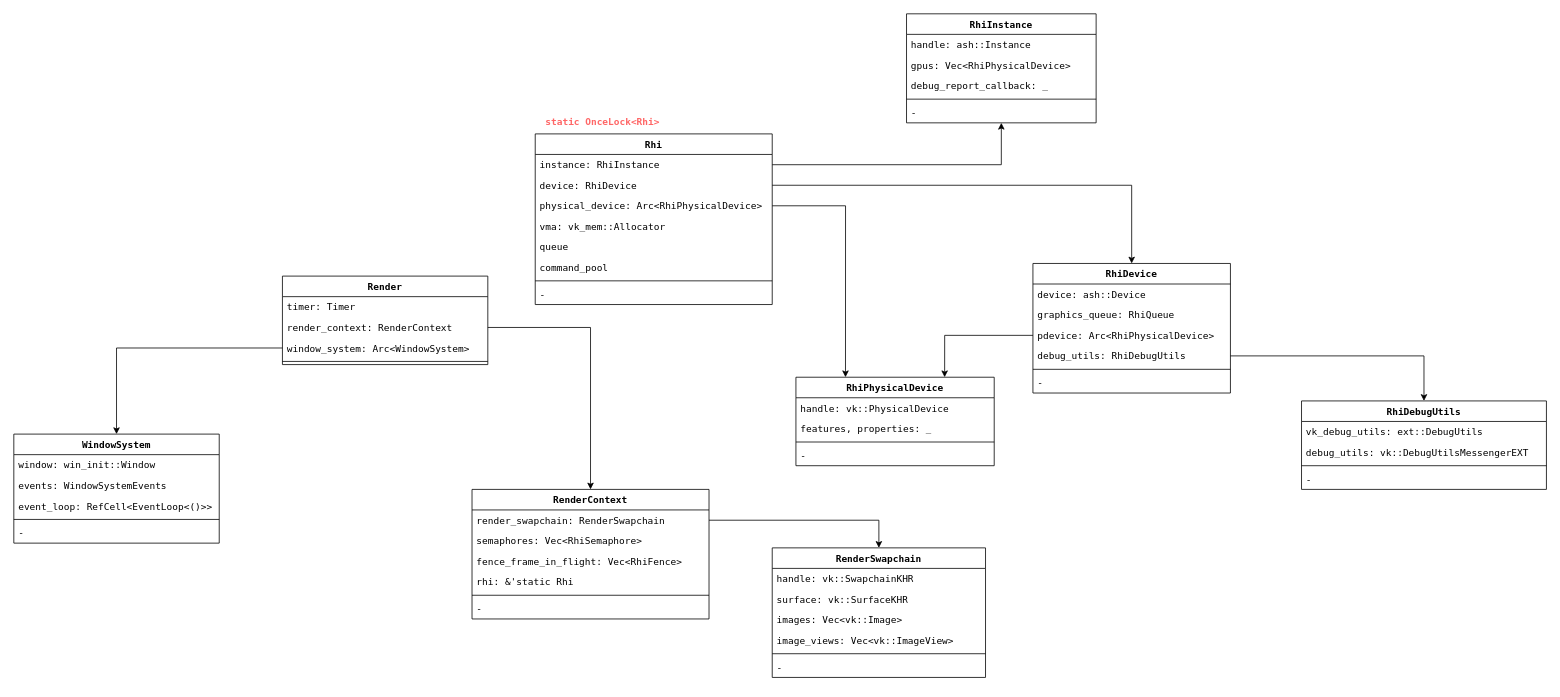
This is doc/class-diagram.drawio from acccoco/Render-Rust-vk-Truvis, a draw.io file, before an edit. Source tidied: cells renumbered, new cells numbered last; positions are measured from the earlier drawing's top-left corner, leaving out a move shared by most shapes. Both pictures are drawn from the tidied source at 79%, with x=0, y=0 at pixel (13, 13).
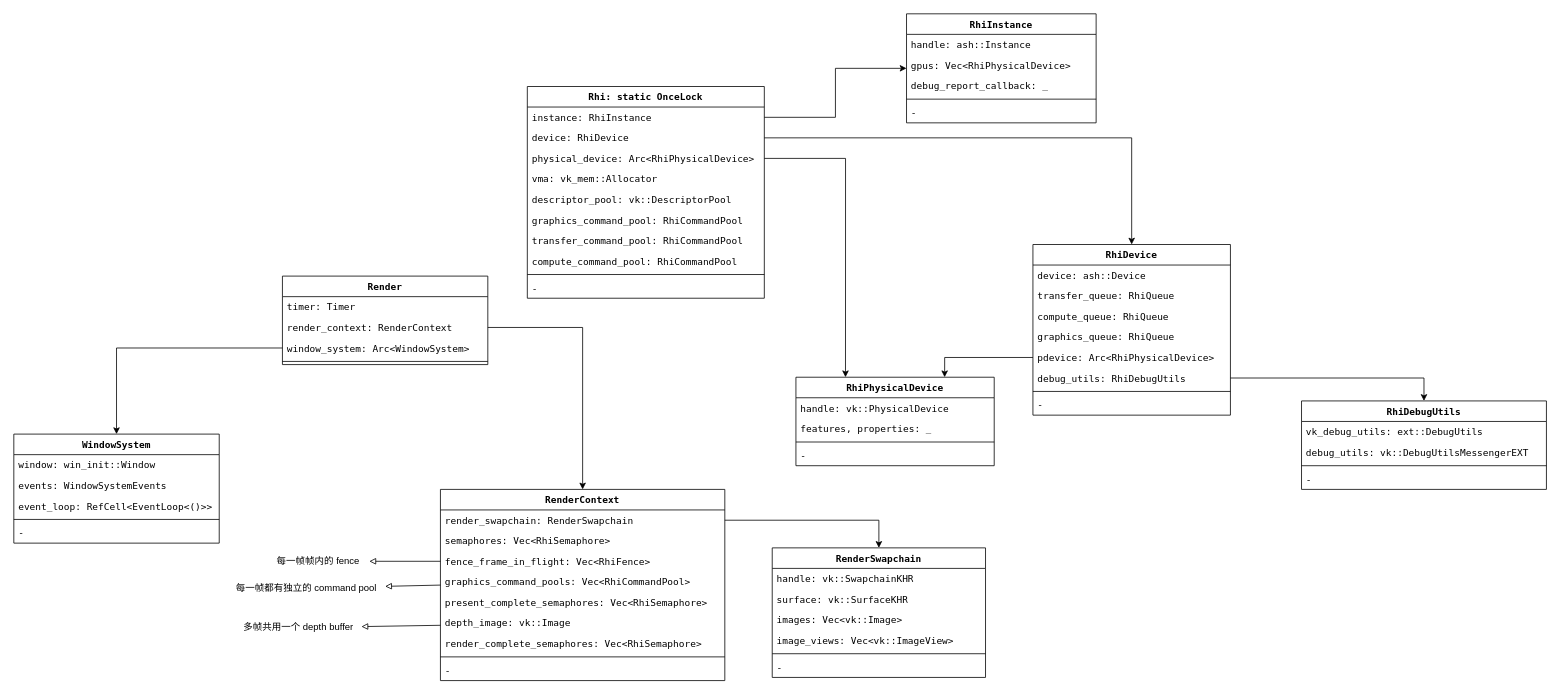
The same page after the edit.

Commit message (it also covers changes not shown here):
refactor 重构 swapchain 以及 render_context 的初始化流程，去掉字段中的 Option，减少理解负担

The edit, as a diff of the source:
```diff
@@
-    <mxCell id="2" value="Rhi" style="swimlane;fontStyle=1;align=center;verticalAlign=top;horizontal=1;startSize=26;fontFamily=Lucida Console;" parent="1" vertex="1">
-      <mxGeometry x="660" y="152" width="300" height="216" as="geometry" />
+    <mxCell id="2" value="Rhi: static OnceLock" style="swimlane;fontStyle=1;align=center;verticalAlign=top;horizontal=1;startSize=26;fontFamily=Lucida Console;" parent="1" vertex="1">
+      <mxGeometry x="650" y="92" width="300" height="268" as="geometry" />
     </mxCell>
@@
-    <mxCell id="7" value="queue" style="text;align=left;verticalAlign=top;spacingLeft=4;spacingRight=4;overflow=hidden;fontFamily=Lucida Console;" parent="2" vertex="1">
-      <mxGeometry y="130" width="300" height="26" as="geometry" />
-    </mxCell>
-    <mxCell id="8" value="command_pool" style="text;align=left;verticalAlign=top;spacingLeft=4;spacingRight=4;overflow=hidden;fontFamily=Lucida Console;" parent="2" vertex="1">
-      <mxGeometry y="156" width="300" height="26" as="geometry" />
+    <mxCell id="8" value="descriptor_pool: vk::DescriptorPool" style="text;align=left;verticalAlign=top;spacingLeft=4;spacingRight=4;overflow=hidden;fontFamily=Lucida Console;" parent="2" vertex="1">
+      <mxGeometry y="130" width="300" height="26" as="geometry" />
     </mxCell>
+    <mxCell id="68" value="graphics_command_pool: RhiCommandPool" style="text;align=left;verticalAlign=top;spacingLeft=4;spacingRight=4;overflow=hidden;fontFamily=Lucida Console;" parent="2" vertex="1">
+      <mxGeometry y="156" width="300" height="26" as="geometry" />
+    </mxCell>
+    <mxCell id="69" value="transfer_command_pool: RhiCommandPool" style="text;align=left;verticalAlign=top;spacingLeft=4;spacingRight=4;overflow=hidden;fontFamily=Lucida Console;" parent="2" vertex="1">
+      <mxGeometry y="182" width="300" height="26" as="geometry" />
+    </mxCell>
+    <mxCell id="70" value="compute_command_pool: RhiCommandPool" style="text;align=left;verticalAlign=top;spacingLeft=4;spacingRight=4;overflow=hidden;fontFamily=Lucida Console;" parent="2" vertex="1">
+      <mxGeometry y="208" width="300" height="26" as="geometry" />
+    </mxCell>
     <mxCell id="9" style="line;strokeWidth=1;align=left;verticalAlign=middle;spacingTop=-1;spacingLeft=3;spacingRight=3;labelPosition=right;fontFamily=Lucida Console;" parent="2" vertex="1">
-      <mxGeometry y="182" width="300" height="8" as="geometry" />
+      <mxGeometry y="234" width="300" height="8" as="geometry" />
     </mxCell>
     <mxCell id="10" value="-" style="text;align=left;verticalAlign=top;spacingLeft=4;spacingRight=4;overflow=hidden;fontFamily=Lucida Console;" parent="2" vertex="1">
-      <mxGeometry y="190" width="300" height="26" as="geometry" />
+      <mxGeometry y="242" width="300" height="26" as="geometry" />
     </mxCell>
     <mxCell id="11" value="RenderContext" style="swimlane;fontStyle=1;align=center;verticalAlign=top;horizontal=1;startSize=26;fontFamily=Lucida Console;" parent="1" vertex="1">
-      <mxGeometry x="580" y="602" width="300" height="164" as="geometry" />
+      <mxGeometry x="540" y="602" width="360" height="242" as="geometry" />
     </mxCell>
     <mxCell id="12" value="render_swapchain: RenderSwapchain" style="text;align=left;verticalAlign=top;spacingLeft=4;spacingRight=4;overflow=hidden;points=[[0,0.5],[1,0.5]];portConstraint=eastwest;fontFamily=Lucida Console;" parent="11" vertex="1">
-      <mxGeometry y="26" width="300" height="26" as="geometry" />
+      <mxGeometry y="26" width="360" height="26" as="geometry" />
     </mxCell>
     <mxCell id="13" value="semaphores: Vec&lt;RhiSemaphore&gt;" style="text;align=left;verticalAlign=top;spacingLeft=4;spacingRight=4;overflow=hidden;fontFamily=Lucida Console;" parent="11" vertex="1">
-      <mxGeometry y="52" width="300" height="26" as="geometry" />
+      <mxGeometry y="52" width="360" height="26" as="geometry" />
     </mxCell>
     <mxCell id="14" value="fence_frame_in_flight: Vec&lt;RhiFence&gt;" style="text;align=left;verticalAlign=top;spacingLeft=4;spacingRight=4;overflow=hidden;points=[[0,0.5],[1,0.5]];portConstraint=eastwest;fontFamily=Lucida Console;" parent="11" vertex="1">
-      <mxGeometry y="78" width="300" height="26" as="geometry" />
+      <mxGeometry y="78" width="360" height="26" as="geometry" />
     </mxCell>
-    <mxCell id="15" value="rhi: &amp;'static Rhi" style="text;align=left;verticalAlign=top;spacingLeft=4;spacingRight=4;overflow=hidden;points=[[0,0.5],[1,0.5]];portConstraint=eastwest;fontFamily=Lucida Console;" parent="11" vertex="1">
-      <mxGeometry y="104" width="300" height="26" as="geometry" />
+    <mxCell id="15" value="graphics_command_pools: Vec&lt;RhiCommandPool&gt;" style="text;align=left;verticalAlign=top;spacingLeft=4;spacingRight=4;overflow=hidden;points=[[0,0.5],[1,0.5]];portConstraint=eastwest;fontFamily=Lucida Console;" parent="11" vertex="1">
+      <mxGeometry y="104" width="360" height="26" as="geometry" />
     </mxCell>
+    <mxCell id="71" value="present_complete_semaphores: Vec&lt;RhiSemaphore&gt;" style="text;align=left;verticalAlign=top;spacingLeft=4;spacingRight=4;overflow=hidden;fontFamily=Lucida Console;" parent="11" vertex="1">
+      <mxGeometry y="130" width="360" height="26" as="geometry" />
+    </mxCell>
+    <mxCell id="72" value="depth_image: vk::Image" style="text;align=left;verticalAlign=top;spacingLeft=4;spacingRight=4;overflow=hidden;points=[[0,0.5],[1,0.5]];portConstraint=eastwest;fontFamily=Lucida Console;" parent="11" vertex="1">
+      <mxGeometry y="156" width="360" height="26" as="geometry" />
+    </mxCell>
+    <mxCell id="73" value="render_complete_semaphores: Vec&lt;RhiSemaphore&gt;" style="text;align=left;verticalAlign=top;spacingLeft=4;spacingRight=4;overflow=hidden;fontFamily=Lucida Console;" parent="11" vertex="1">
+      <mxGeometry y="182" width="360" height="26" as="geometry" />
+    </mxCell>
     <mxCell id="16" style="line;strokeWidth=1;align=left;verticalAlign=middle;spacingTop=-1;spacingLeft=3;spacingRight=3;labelPosition=right;fontFamily=Lucida Console;" parent="11" vertex="1">
-      <mxGeometry y="130" width="300" height="8" as="geometry" />
+      <mxGeometry y="208" width="360" height="8" as="geometry" />
     </mxCell>
     <mxCell id="17" value="-" style="text;align=left;verticalAlign=top;spacingLeft=4;spacingRight=4;overflow=hidden;fontFamily=Lucida Console;" parent="11" vertex="1">
-      <mxGeometry y="138" width="300" height="26" as="geometry" />
+      <mxGeometry y="216" width="360" height="26" as="geometry" />
     </mxCell>
@@
     <mxCell id="38" value="RhiDevice" style="swimlane;fontStyle=1;align=center;verticalAlign=top;horizontal=1;startSize=26;whiteSpace=wrap;html=1;fontFamily=Lucida Console;" parent="1" vertex="1">
-      <mxGeometry x="1290" y="316" width="250" height="164" as="geometry" />
+      <mxGeometry x="1290" y="292" width="250" height="216" as="geometry" />
     </mxCell>
@@
+    <mxCell id="74" value="transfer_queue: RhiQueue" style="text;strokeColor=none;fillColor=none;align=left;verticalAlign=top;spacingLeft=4;spacingRight=4;overflow=hidden;whiteSpace=wrap;html=1;fontFamily=Lucida Console;" parent="38" vertex="1">
+      <mxGeometry y="52" width="250" height="26" as="geometry" />
+    </mxCell>
+    <mxCell id="75" value="compute_queue: RhiQueue" style="text;strokeColor=none;fillColor=none;align=left;verticalAlign=top;spacingLeft=4;spacingRight=4;overflow=hidden;whiteSpace=wrap;html=1;fontFamily=Lucida Console;" parent="38" vertex="1">
+      <mxGeometry y="78" width="250" height="26" as="geometry" />
+    </mxCell>
     <mxCell id="40" value="graphics_queue: RhiQueue" style="text;strokeColor=none;fillColor=none;align=left;verticalAlign=top;spacingLeft=4;spacingRight=4;overflow=hidden;whiteSpace=wrap;html=1;fontFamily=Lucida Console;" parent="38" vertex="1">
-      <mxGeometry y="52" width="250" height="26" as="geometry" />
+      <mxGeometry y="104" width="250" height="26" as="geometry" />
     </mxCell>
     <mxCell id="41" value="pdevice: Arc&amp;lt;RhiPhysicalDevice&amp;gt;" style="text;strokeColor=none;fillColor=none;align=left;verticalAlign=top;spacingLeft=4;spacingRight=4;overflow=hidden;points=[[0,0.5],[1,0.5]];portConstraint=eastwest;whiteSpace=wrap;html=1;fontFamily=Lucida Console;" parent="38" vertex="1">
-      <mxGeometry y="78" width="250" height="26" as="geometry" />
+      <mxGeometry y="130" width="250" height="26" as="geometry" />
     </mxCell>
     <mxCell id="42" value="debug_utils: RhiDebugUtils" style="text;strokeColor=none;fillColor=none;align=left;verticalAlign=top;spacingLeft=4;spacingRight=4;overflow=hidden;points=[[0,0.5],[1,0.5]];portConstraint=eastwest;whiteSpace=wrap;html=1;fontFamily=Lucida Console;" parent="38" vertex="1">
-      <mxGeometry y="104" width="250" height="26" as="geometry" />
+      <mxGeometry y="156" width="250" height="26" as="geometry" />
     </mxCell>
     <mxCell id="43" style="line;strokeWidth=1;fillColor=none;align=left;verticalAlign=middle;spacingTop=-1;spacingLeft=3;spacingRight=3;labelPosition=right;strokeColor=inherit;fontFamily=Lucida Console;" parent="38" vertex="1">
-      <mxGeometry y="130" width="250" height="8" as="geometry" />
+      <mxGeometry y="182" width="250" height="8" as="geometry" />
     </mxCell>
     <mxCell id="44" value="-" style="text;strokeColor=none;fillColor=none;align=left;verticalAlign=top;spacingLeft=4;spacingRight=4;overflow=hidden;whiteSpace=wrap;html=1;fontFamily=Lucida Console;" parent="38" vertex="1">
-      <mxGeometry y="138" width="250" height="26" as="geometry" />
+      <mxGeometry y="190" width="250" height="26" as="geometry" />
     </mxCell>
@@
-    <mxCell id="53" value="&lt;font color=&quot;#ff6666&quot;&gt;&lt;b&gt;static OnceLock&amp;lt;Rhi&amp;gt;&lt;/b&gt;&lt;/font&gt;" style="text;html=1;align=center;verticalAlign=middle;strokeColor=none;fillColor=none;fontFamily=Lucida Console;" parent="1" vertex="1">
-      <mxGeometry x="660" y="122" width="170" height="30" as="geometry" />
-    </mxCell>
@@
+    <mxCell id="76" value="每一帧都有独立的 command pool" style="text;html=1;align=center;verticalAlign=middle;points=[];strokeColor=none;fillColor=none;" parent="1" vertex="1">
+      <mxGeometry x="270" y="712" width="200" height="30" as="geometry" />
+    </mxCell>
+    <mxCell id="77" value="多帧共用一个 depth buffer" style="text;html=1;align=center;verticalAlign=middle;points=[];strokeColor=none;fillColor=none;" parent="1" vertex="1">
+      <mxGeometry x="280" y="762" width="160" height="30" as="geometry" />
+    </mxCell>
+    <mxCell id="78" style="rounded=0;jettySize=auto;html=1;endArrow=block;endFill=0;" parent="1" edge="1" source="72" target="77">
+      <mxGeometry relative="1" as="geometry" />
+    </mxCell>
+    <mxCell id="79" style="rounded=0;jettySize=auto;html=1;endArrow=block;endFill=0;" parent="1" edge="1" source="15" target="76">
+      <mxGeometry relative="1" as="geometry" />
+    </mxCell>
+    <mxCell id="80" value="每一帧帧内的 fence" style="text;html=1;align=center;verticalAlign=middle;points=[];strokeColor=none;fillColor=none;" parent="1" vertex="1">
+      <mxGeometry x="320" y="678" width="130" height="30" as="geometry" />
+    </mxCell>
+    <mxCell id="81" style="rounded=0;jettySize=auto;html=1;endArrow=block;endFill=0;" parent="1" edge="1" source="14" target="80">
+      <mxGeometry relative="1" as="geometry" />
+    </mxCell>
```
